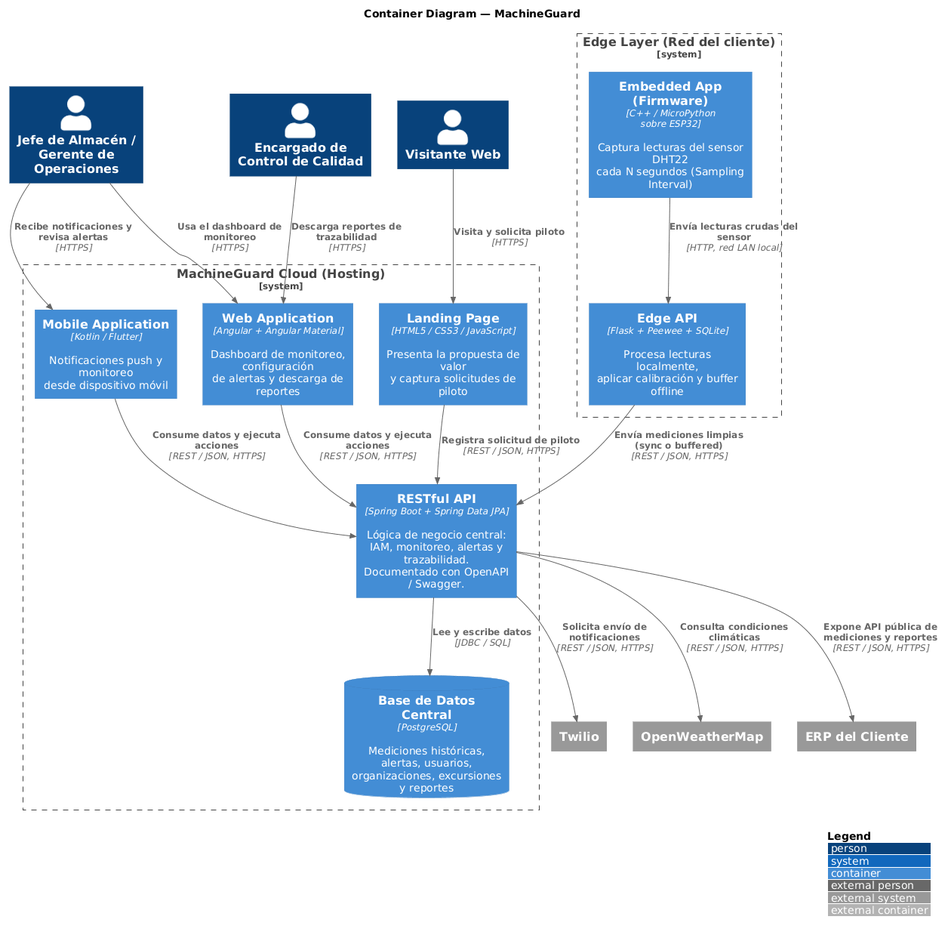
The PlantUML diagram assets/img/chapter-4/Software_Architecture_Container_Level_Diagrams/Container_Level_MachineGuard.png in MachineGuard/MachineGuard-Documentation, before a commit.
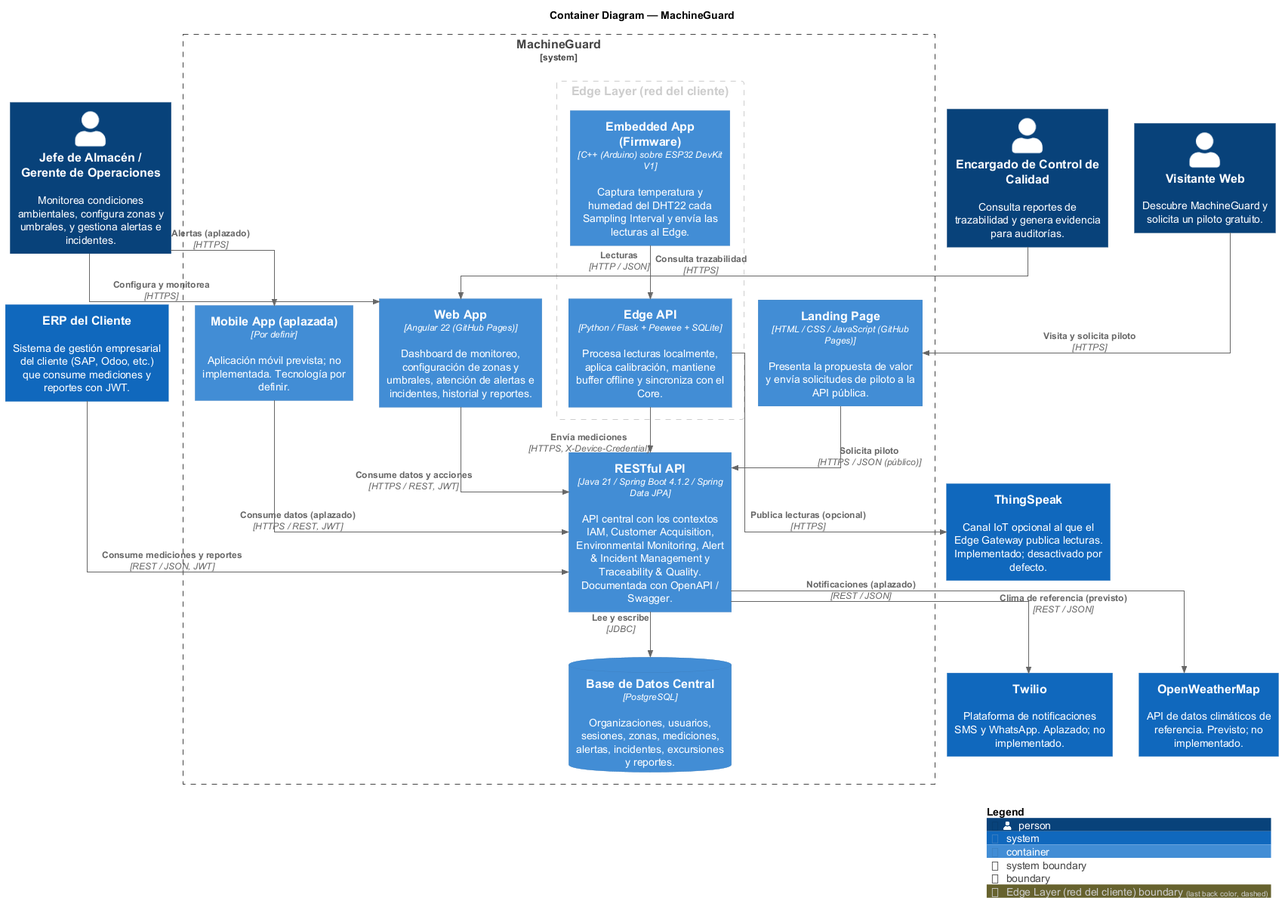
Above is the later version.

Change to the diagram source:
```diff
@@ -1,41 +1,50 @@
 @startuml
-!include https://raw.githubusercontent.com/plantuml-stdlib/C4-PlantUML/master/C4_Container.puml
-
-LAYOUT_WITH_LEGEND()
+skinparamlocked linetype ortho
+set separator none
 title Container Diagram — MachineGuard
 
-Person(jefe, "Jefe de Almacén /\nGerente de Operaciones", "")
-Person(calidad, "Encargado de\nControl de Calidad", "")
-Person(visitante, "Visitante Web", "")
+top to bottom direction
 
-System_Ext(erp, "ERP del Cliente", "")
-System_Ext(twilio, "Twilio", "")
-System_Ext(owm, "OpenWeatherMap", "")
+!include <C4/C4>
+!include <C4/C4_Context>
+!include <C4/C4_Container>
 
-System_Boundary(cloud, "MachineGuard Cloud (Hosting)") {
-  Container(landing, "Landing Page", "HTML5 / CSS3 / JavaScript", "Presenta la propuesta de valor\ny captura solicitudes de piloto")
-  Container(webapp, "Web Application", "Angular + Angular Material", "Dashboard de monitoreo, configuración\nde alertas y descarga de reportes")
-  Container(mobileapp, "Mobile Application", "Kotlin / Flutter", "Notificaciones push y monitoreo\ndesde dispositivo móvil")
-  Container(api, "RESTful API", "Spring Boot + Spring Data JPA", "Lógica de negocio central:\nIAM, monitoreo, alertas y trazabilidad.\nDocumentado con OpenAPI / Swagger.")
-  ContainerDb(db, "Base de Datos Central", "PostgreSQL", "Mediciones históricas, alertas, usuarios,\norganizaciones, excursiones y reportes")
+Person(JefedeAlmacénGerentedeOperaciones, "Jefe de Almacén / Gerente de Operaciones", $descr="Monitorea condiciones ambientales, configura zonas y umbrales, y gestiona alertas e incidentes.", $tags="", $link="")
+Person(EncargadodeControldeCalidad, "Encargado de Control de Calidad", $descr="Consulta reportes de trazabilidad y genera evidencia para auditorías.", $tags="", $link="")
+Person(VisitanteWeb, "Visitante Web", $descr="Descubre MachineGuard y solicita un piloto gratuito.", $tags="", $link="")
+System(ERPdelCliente, "ERP del Cliente", $descr="Sistema de gestión empresarial del cliente (SAP, Odoo, etc.) que consume mediciones y reportes con JWT.", $tags="", $link="")
+System(Twilio, "Twilio", $descr="Plataforma de notificaciones SMS y WhatsApp. Aplazado; no implementado.", $tags="", $link="")
+System(OpenWeatherMap, "OpenWeatherMap", $descr="API de datos climáticos de referencia. Previsto; no implementado.", $tags="", $link="")
+System(ThingSpeak, "ThingSpeak", $descr="Canal IoT opcional al que el Edge Gateway publica lecturas. Implementado; desactivado por defecto.", $tags="", $link="")
+
+System_Boundary("MachineGuard_boundary", "MachineGuard", $tags="") {
+  AddBoundaryTag("Edge Layer (red del cliente)", $borderColor="#cccccc", $fontColor="#cccccc", $borderStyle="dashed")
+  Boundary(group_1, "Edge Layer (red del cliente)", $tags="Edge Layer (red del cliente)") {
+    Container(MachineGuard.EdgeAPI, "Edge API", $techn="Python / Flask + Peewee + SQLite", $descr="Procesa lecturas localmente, aplica calibración, mantiene buffer offline y sincroniza con el Core.", $tags="", $link="")
+    Container(MachineGuard.EmbeddedAppFirmware, "Embedded App (Firmware)", $techn="C++ (Arduino) sobre ESP32 DevKit V1", $descr="Captura temperatura y humedad del DHT22 cada Sampling Interval y envía las lecturas al Edge.", $tags="", $link="")
+  }
+
+  Container(MachineGuard.LandingPage, "Landing Page", $techn="HTML / CSS / JavaScript (GitHub Pages)", $descr="Presenta la propuesta de valor y envía solicitudes de piloto a la API pública.", $tags="", $link="")
+  Container(MachineGuard.WebApp, "Web App", $techn="Angular 22 (GitHub Pages)", $descr="Dashboard de monitoreo, configuración de zonas y umbrales, atención de alertas e incidentes, historial y reportes.", $tags="", $link="")
+  Container(MachineGuard.MobileAppaplazada, "Mobile App (aplazada)", $techn="Por definir", $descr="Aplicación móvil prevista; no implementada. Tecnología por definir.", $tags="", $link="")
+  Container(MachineGuard.RESTfulAPI, "RESTful API", $techn="Java 21 / Spring Boot 4.1.2 / Spring Data JPA", $descr="API central con los contextos IAM, Customer Acquisition, Environmental Monitoring, Alert & Incident Management y Traceability & Quality. Documentada con OpenAPI / Swagger.", $tags="", $link="")
+  ContainerDb(MachineGuard.BasedeDatosCentral, "Base de Datos Central", $techn="PostgreSQL", $descr="Organizaciones, usuarios, sesiones, zonas, mediciones, alertas, incidentes, excursiones y reportes.", $tags="", $link="")
 }
 
-System_Boundary(edge_boundary, "Edge Layer (Red del cliente)") {
-  Container(edge_api, "Edge API", "Flask + Peewee + SQLite", "Procesa lecturas localmente,\naplicar calibración y buffer offline")
-  Container(firmware, "Embedded App\n(Firmware)", "C++ / MicroPython\nsobre ESP32", "Captura lecturas del sensor DHT22\ncada N segundos (Sampling Interval)")
-}
+Rel(VisitanteWeb, MachineGuard.LandingPage, "Visita y solicita piloto", $techn="HTTPS", $tags="", $link="")
+Rel(MachineGuard.LandingPage, MachineGuard.RESTfulAPI, "Solicita piloto", $techn="HTTPS / JSON (público)", $tags="", $link="")
+Rel(JefedeAlmacénGerentedeOperaciones, MachineGuard.WebApp, "Configura y monitorea", $techn="HTTPS", $tags="", $link="")
+Rel(JefedeAlmacénGerentedeOperaciones, MachineGuard.MobileAppaplazada, "Alertas (aplazado)", $techn="HTTPS", $tags="", $link="")
+Rel(EncargadodeControldeCalidad, MachineGuard.WebApp, "Consulta trazabilidad", $techn="HTTPS", $tags="", $link="")
+Rel(MachineGuard.WebApp, MachineGuard.RESTfulAPI, "Consume datos y acciones", $techn="HTTPS / REST, JWT", $tags="", $link="")
+Rel(MachineGuard.MobileAppaplazada, MachineGuard.RESTfulAPI, "Consume datos (aplazado)", $techn="HTTPS / REST, JWT", $tags="", $link="")
+Rel(ERPdelCliente, MachineGuard.RESTfulAPI, "Consume mediciones y reportes", $techn="REST / JSON, JWT", $tags="", $link="")
+Rel(MachineGuard.RESTfulAPI, MachineGuard.BasedeDatosCentral, "Lee y escribe", $techn="JDBC", $tags="", $link="")
+Rel(MachineGuard.EmbeddedAppFirmware, MachineGuard.EdgeAPI, "Lecturas", $techn="HTTP / JSON", $tags="", $link="")
+Rel(MachineGuard.EdgeAPI, MachineGuard.RESTfulAPI, "Envía mediciones", $techn="HTTPS, X-Device-Credential", $tags="", $link="")
+Rel(MachineGuard.EdgeAPI, ThingSpeak, "Publica lecturas (opcional)", $techn="HTTPS", $tags="", $link="")
+Rel(MachineGuard.RESTfulAPI, Twilio, "Notificaciones (aplazado)", $techn="REST / JSON", $tags="", $link="")
+Rel(MachineGuard.RESTfulAPI, OpenWeatherMap, "Clima de referencia (previsto)", $techn="REST / JSON", $tags="", $link="")
 
-Rel(visitante, landing, "Visita y solicita piloto", "HTTPS")
-Rel(jefe, webapp, "Usa el dashboard de monitoreo", "HTTPS")
-Rel(jefe, mobileapp, "Recibe notificaciones y revisa alertas", "HTTPS")
-Rel(calidad, webapp, "Descarga reportes de trazabilidad", "HTTPS")
-Rel(landing, api, "Registra solicitud de piloto", "REST / JSON, HTTPS")
-Rel(webapp, api, "Consume datos y ejecuta acciones", "REST / JSON, HTTPS")
-Rel(mobileapp, api, "Consume datos y ejecuta acciones", "REST / JSON, HTTPS")
-Rel(api, db, "Lee y escribe datos", "JDBC / SQL")
-Rel(api, twilio, "Solicita envío de notificaciones", "REST / JSON, HTTPS")
-Rel(api, owm, "Consulta condiciones climáticas", "REST / JSON, HTTPS")
-Rel(api, erp, "Expone API pública de mediciones y reportes", "REST / JSON, HTTPS")
-Rel(edge_api, api, "Envía mediciones limpias\n(sync o buffered)", "REST / JSON, HTTPS")
-Rel(firmware, edge_api, "Envía lecturas crudas del sensor", "HTTP, red LAN local")
+SHOW_LEGEND(true)
 @enduml
```
